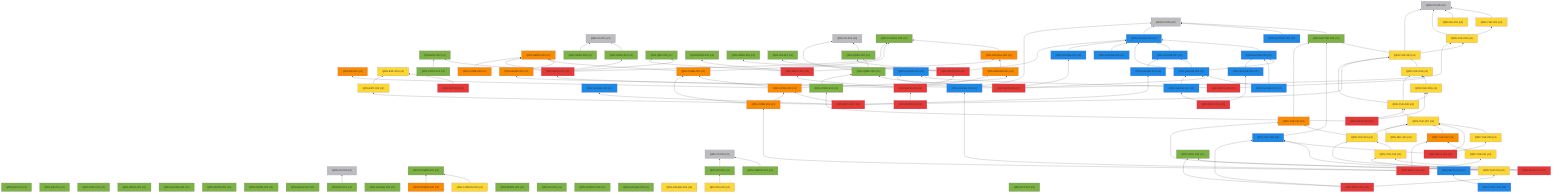
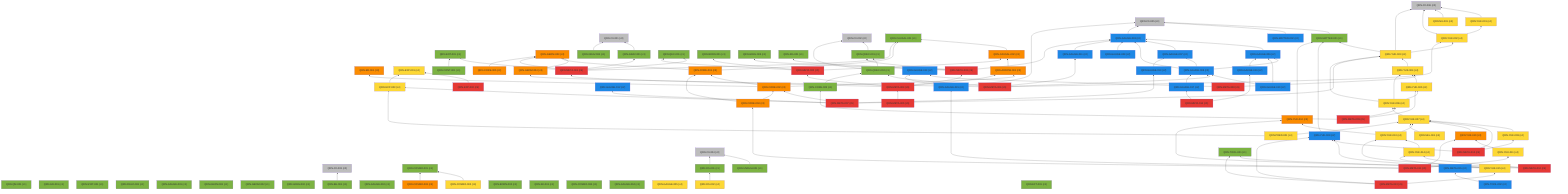
%% 自動生成 (dag/report.pl) — QRN 主張依存グラフ
graph BT
  QRN_C0_001["QRN-C0-001 (c0)"]:::c0
  QRN_C0_002["QRN-C0-002 (c0)"]:::c0
  QRN_C0_003["QRN-C0-003 (c0)"]:::c0
  QRN_C0_004["QRN-C0-004 (c0)"]:::c0
  QRN_C0_005["QRN-C0-005 (c0)"]:::c0
  QRN_C0_006["QRN-C0-006 (c0)"]:::c0
  QRN_QM_001["QRN-QM-001 (c1)"]:::c1
  QRN_GR_001["QRN-GR-001 (c1)"]:::c1
  QRN_STAT_001["QRN-STAT-001 (c1)"]:::c1
  QRN_FIELD_001["QRN-FIELD-001 (c1)"]:::c1
  QRN_GAUGE_001["QRN-GAUGE-001 (c1)"]:::c1
  QRN_ENT_001["QRN-ENT-001 (c1)"]:::c1
  QRN_GEOM_001["QRN-GEOM-001 (c1)"]:::c1
  QRN_GEOM_002["QRN-GEOM-002 (c1)"]:::c1
  QRN_GEOM_003["QRN-GEOM-003 (c3)"]:::c3
  QRN_GRAV_001["QRN-GRAV-001 (c1)"]:::c1
  QRN_GRAV_002["QRN-GRAV-002 (c1)"]:::c1
  QRN_BH_001["QRN-BH-001 (c1)"]:::c1
  QRN_CAUSAL_001["QRN-CAUSAL-001 (c1)"]:::c1
  QRN_CAUSAL_002["QRN-CAUSAL-002 (c3)"]:::c3
  QRN_ER_001["QRN-ER-001 (c3)"]:::c3
  QRN_QEC_001["QRN-QEC-001 (c1)"]:::c1
  QRN_GAUGE_002["QRN-GAUGE-002 (c1)"]:::c1
  QRN_COSMO_001["QRN-COSMO-001 (c1)"]:::c1
  QRN_COSMO_002["QRN-COSMO-002 (c4)"]:::c4
  QRN_COSMO_003["QRN-COSMO-003 (c3)"]:::c3
  QRN_BORN_001["QRN-BORN-001 (c1)"]:::c1
  QRN_BORN_002["QRN-BORN-002 (c1)"]:::c1
  QRN_GRAV_003["QRN-GRAV-003 (c1)"]:::c1
  QRN_KK_001["QRN-KK-001 (c1)"]:::c1
  QRN_MATTER_001["QRN-MATTER-001 (c1)"]:::c1
  QRN_MATTER_002["QRN-MATTER-002 (c2)"]:::c2
  QRN_COSMO_004["QRN-COSMO-004 (c1)"]:::c1
  QRN_EXP_001["QRN-EXP-001 (c4)"]:::c4
  QRN_GAUGE_003["QRN-GAUGE-003 (c2)"]:::c2
  QRN_GAUGE_004["QRN-GAUGE-004 (c1)"]:::c1
  QRN_GAUGE_005["QRN-GAUGE-005 (c4)"]:::c4
  QRN_YUK_001["QRN-YUK-001 (c4)"]:::c4
  QRN_RG_001["QRN-RG-001 (c1)"]:::c1
  QRN_UNRUH_001["QRN-UNRUH-001 (c1)"]:::c1
  QRN_QNEC_001["QRN-QNEC-001 (c1)"]:::c1
  QRN_NU_001["QRN-NU-001 (c4)"]:::c4
  QRN_GAUGE_006["QRN-GAUGE-006 (c2)"]:::c2
  QRN_DS_001["QRN-DS-001 (c1)"]:::c1
  QRN_DS_002["QRN-DS-002 (c4)"]:::c4
  QRN_ARROW_001["QRN-ARROW-001 (c3)"]:::c3
  QRN_GAUGE_007["QRN-GAUGE-007 (c2)"]:::c2
  QRN_EFT_001["QRN-EFT-001 (c1)"]:::c1
  QRN_GAUGE_008["QRN-GAUGE-008 (c2)"]:::c2
  QRN_GAUGE_009["QRN-GAUGE-009 (c2)"]:::c2
  QRN_GAUGE_010["QRN-GAUGE-010 (c2)"]:::c2
  QRN_QNEC_002["QRN-QNEC-002 (c1)"]:::c1
  QRN_GEOM_004["QRN-GEOM-004 (c3)"]:::c3
  QRN_YUK_002["QRN-YUK-002 (c4)"]:::c4
  QRN_EXP_002["QRN-EXP-002 (c5)"]:::c5
  QRN_CORE_001["QRN-CORE-001 (c3)"]:::c3
  QRN_GAUGE_011["QRN-GAUGE-011 (c2)"]:::c2
  QRN_GAUGE_012["QRN-GAUGE-012 (c2)"]:::c2
  QRN_YUK_003["QRN-YUK-003 (c4)"]:::c4
  QRN_EXP_003["QRN-EXP-003 (c4)"]:::c4
  QRN_CORE_002["QRN-CORE-002 (c3)"]:::c3
  QRN_GAUGE_013["QRN-GAUGE-013 (c2)"]:::c2
  QRN_YUK_004["QRN-YUK-004 (c4)"]:::c4
  QRN_GAUGE_014["QRN-GAUGE-014 (c2)"]:::c2
  QRN_META_001["QRN-META-001 (c5)"]:::c5
  QRN_META_002["QRN-META-002 (c5)"]:::c5
  QRN_META_003["QRN-META-003 (c5)"]:::c5
  QRN_META_004["QRN-META-004 (c5)"]:::c5
  QRN_META_005["QRN-META-005 (c5)"]:::c5
  QRN_META_006["QRN-META-006 (c5)"]:::c5
  QRN_META_007["QRN-META-007 (c5)"]:::c5
  QRN_META_008["QRN-META-008 (c5)"]:::c5
  QRN_YUK_005["QRN-YUK-005 (c4)"]:::c4
  QRN_YUK_006["QRN-YUK-006 (c4)"]:::c4
  QRN_CORE_003["QRN-CORE-003 (c1)"]:::c1
  QRN_META_009["QRN-META-009 (c5)"]:::c5
  QRN_YUK_007["QRN-YUK-007 (c4)"]:::c4
  QRN_YUK_008["QRN-YUK-008 (c4)"]:::c4
  QRN_YUK_009["QRN-YUK-009 (c2)"]:::c2
  QRN_META_010["QRN-META-010 (c5)"]:::c5
  QRN_GAUGE_015["QRN-GAUGE-015 (c2)"]:::c2
  QRN_YUK_010["QRN-YUK-010 (c3)"]:::c3
  QRN_YUK_011["QRN-YUK-011 (c4)"]:::c4
  QRN_CORE_004["QRN-CORE-004 (c3)"]:::c3
  QRN_META_011["QRN-META-011 (c5)"]:::c5
  QRN_YUK_012["QRN-YUK-012 (c3)"]:::c3
  QRN_YUK_013["QRN-YUK-013 (c4)"]:::c4
  QRN_YUK_014["QRN-YUK-014 (c4)"]:::c4
  QRN_META_012["QRN-META-012 (c5)"]:::c5
  QRN_TOOL_001["QRN-TOOL-001 (c1)"]:::c1
  QRN_YUK_015["QRN-YUK-015 (c4)"]:::c4
  QRN_META_013["QRN-META-013 (c5)"]:::c5
  QRN_GAUGE_016["QRN-GAUGE-016 (c2)"]:::c2
  QRN_GAUGE_017["QRN-GAUGE-017 (c2)"]:::c2
  QRN_META_014["QRN-META-014 (c5)"]:::c5
  QRN_META_015["QRN-META-015 (c2)"]:::c2
  QRN_TOOL_002["QRN-TOOL-002 (c2)"]:::c2
  QRN_CORE_005["QRN-CORE-005 (c3)"]:::c3
  QRN_CONT_001["QRN-CONT-001 (c1)"]:::c1
  QRN_SEL_001["QRN-SEL-001 (c4)"]:::c4
  QRN_GRAV_004["QRN-GRAV-004 (c1)"]:::c1
+   QRN_PRED_001["QRN-PRED-001 (c4)"]:::c4
  QRN_GRAV_001 --> QRN_C0_001
  QRN_BH_001 --> QRN_C0_003
  QRN_CAUSAL_002 --> QRN_CAUSAL_001
  QRN_COSMO_002 --> QRN_COSMO_001
  QRN_COSMO_003 --> QRN_COSMO_001
  QRN_MATTER_001 --> QRN_C0_005
  QRN_MATTER_002 --> QRN_C0_005
  QRN_GAUGE_003 --> QRN_C0_005
  QRN_YUK_001 --> QRN_C0_006
  QRN_UNRUH_001 --> QRN_C0_004
  QRN_QNEC_001 --> QRN_C0_002
  QRN_NU_001 --> QRN_C0_006
  QRN_GAUGE_006 --> QRN_GAUGE_003
  QRN_DS_001 --> QRN_C0_004
  QRN_DS_002 --> QRN_DS_001
  QRN_ARROW_001 --> QRN_CAUSAL_002
  QRN_GAUGE_007 --> QRN_GAUGE_003
  QRN_GAUGE_008 --> QRN_GAUGE_003
  QRN_GAUGE_008 --> QRN_GAUGE_006
  QRN_GAUGE_008 --> QRN_GAUGE_007
  QRN_GAUGE_009 --> QRN_GAUGE_003
  QRN_GAUGE_010 --> QRN_GAUGE_006
  QRN_GAUGE_010 --> QRN_GAUGE_008
  QRN_QNEC_002 --> QRN_C0_002
  QRN_QNEC_002 --> QRN_QNEC_001
  QRN_GEOM_004 --> QRN_GEOM_003
  QRN_YUK_002 --> QRN_C0_006
  QRN_YUK_002 --> QRN_YUK_001
  QRN_EXP_002 --> QRN_EXP_001
  QRN_CORE_001 --> QRN_GEOM_003
  QRN_CORE_001 --> QRN_CAUSAL_001
  QRN_GAUGE_011 --> QRN_GAUGE_003
  QRN_YUK_003 --> QRN_C0_006
  QRN_YUK_003 --> QRN_MATTER_001
  QRN_YUK_003 --> QRN_YUK_002
  QRN_EXP_003 --> QRN_EXP_001
  QRN_CORE_002 --> QRN_CORE_001
  QRN_CORE_002 --> QRN_ER_001
  QRN_CORE_002 --> QRN_ARROW_001
  QRN_GAUGE_013 --> QRN_GAUGE_007
  QRN_YUK_004 --> QRN_YUK_003
  QRN_META_001 --> QRN_GEOM_003
  QRN_META_001 --> QRN_GRAV_001
  QRN_META_001 --> QRN_CAUSAL_001
  QRN_META_001 --> QRN_QEC_001
  QRN_META_001 --> QRN_ENT_001
  QRN_META_002 --> QRN_QEC_001
  QRN_META_002 --> QRN_BORN_001
  QRN_META_002 --> QRN_CAUSAL_002
  QRN_META_003 --> QRN_GAUGE_003
  QRN_META_003 --> QRN_RG_001
  QRN_META_003 --> QRN_QNEC_001
  QRN_META_003 --> QRN_GRAV_003
  QRN_META_004 --> QRN_META_001
  QRN_META_004 --> QRN_META_002
  QRN_META_004 --> QRN_META_003
  QRN_META_004 --> QRN_ARROW_001
  QRN_META_005 --> QRN_META_004
  QRN_META_006 --> QRN_GAUGE_008
  QRN_META_006 --> QRN_QNEC_002
  QRN_META_006 --> QRN_GEOM_004
  QRN_META_006 --> QRN_YUK_002
  QRN_META_006 --> QRN_GAUGE_011
  QRN_META_007 --> QRN_GAUGE_012
  QRN_META_007 --> QRN_YUK_003
  QRN_META_007 --> QRN_EXP_003
  QRN_META_007 --> QRN_CORE_002
  QRN_META_007 --> QRN_GAUGE_013
  QRN_META_008 --> QRN_YUK_004
  QRN_META_008 --> QRN_GAUGE_014
  QRN_YUK_005 --> QRN_YUK_004
  QRN_YUK_006 --> QRN_YUK_003
  QRN_YUK_006 --> QRN_YUK_004
  QRN_YUK_006 --> QRN_YUK_005
  QRN_CORE_003 --> QRN_QNEC_002
  QRN_META_009 --> QRN_YUK_005
  QRN_META_009 --> QRN_YUK_006
  QRN_META_009 --> QRN_CORE_003
  QRN_YUK_007 --> QRN_YUK_006
  QRN_YUK_008 --> QRN_YUK_007
  QRN_YUK_009 --> QRN_MATTER_001
  QRN_META_010 --> QRN_YUK_007
  QRN_META_010 --> QRN_YUK_008
  QRN_META_010 --> QRN_YUK_009
  QRN_GAUGE_015 --> QRN_C0_005
  QRN_GAUGE_015 --> QRN_GAUGE_014
  QRN_YUK_010 --> QRN_YUK_007
  QRN_YUK_011 --> QRN_YUK_010
  QRN_CORE_004 --> QRN_CORE_001
  QRN_CORE_004 --> QRN_CORE_002
  QRN_META_011 --> QRN_GAUGE_015
  QRN_META_011 --> QRN_YUK_010
  QRN_META_011 --> QRN_YUK_011
  QRN_META_011 --> QRN_CORE_004
  QRN_YUK_012 --> QRN_MATTER_001
  QRN_YUK_013 --> QRN_YUK_012
  QRN_YUK_013 --> QRN_YUK_007
  QRN_YUK_014 --> QRN_YUK_013
  QRN_META_012 --> QRN_YUK_012
  QRN_META_012 --> QRN_YUK_013
  QRN_META_012 --> QRN_YUK_014
  QRN_YUK_015 --> QRN_YUK_014
  QRN_YUK_015 --> QRN_TOOL_001
  QRN_YUK_015 --> QRN_YUK_009
  QRN_META_013 --> QRN_YUK_015
  QRN_META_013 --> QRN_TOOL_001
  QRN_META_013 --> QRN_YUK_009
  QRN_GAUGE_016 --> QRN_GAUGE_006
  QRN_GAUGE_017 --> QRN_GAUGE_008
  QRN_META_014 --> QRN_GAUGE_016
  QRN_META_014 --> QRN_GAUGE_017
  QRN_TOOL_002 --> QRN_META_015
  QRN_CORE_005 --> QRN_GEOM_003
  QRN_CONT_001 --> QRN_ENT_001
  QRN_SEL_001 --> QRN_YUK_007
  QRN_GRAV_004 --> QRN_C0_001
+   QRN_PRED_001 --> QRN_YUK_007
+   QRN_PRED_001 --> QRN_EXP_003
  classDef c0 fill:#bdbdbd
  classDef c1 fill:#7cb342
  classDef c2 fill:#1e88e5
  classDef c3 fill:#fb8c00
  classDef c4 fill:#fdd835
  classDef c5 fill:#e53935
